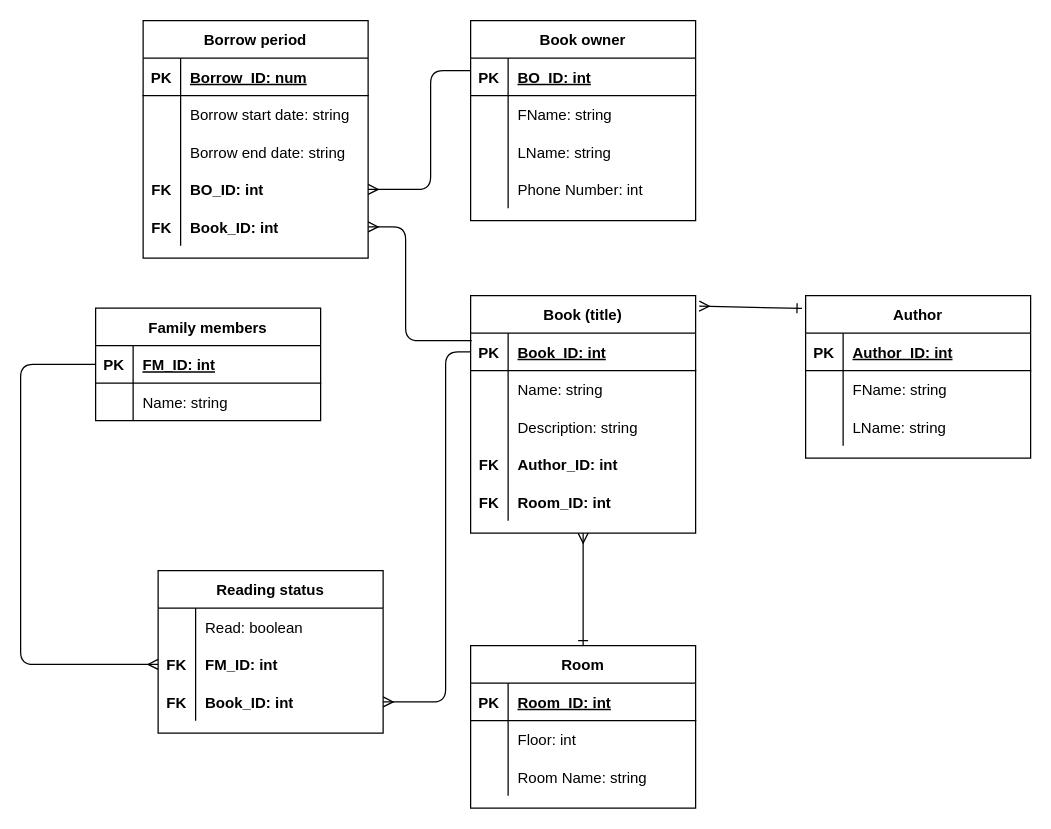
The draw.io diagram page "Step 4 - Norm." (4 of 4) of ex. 1-3/exercise1.drawio in KateKatze/07.03_SQL, before the edit. Source tidied: cells renumbered, new cells numbered last; positions are measured from the earlier drawing's top-left corner, leaving out a move shared by most shapes. Both pictures are drawn from the tidied source at 125%, with x=0, y=0 at pixel (20, 20).
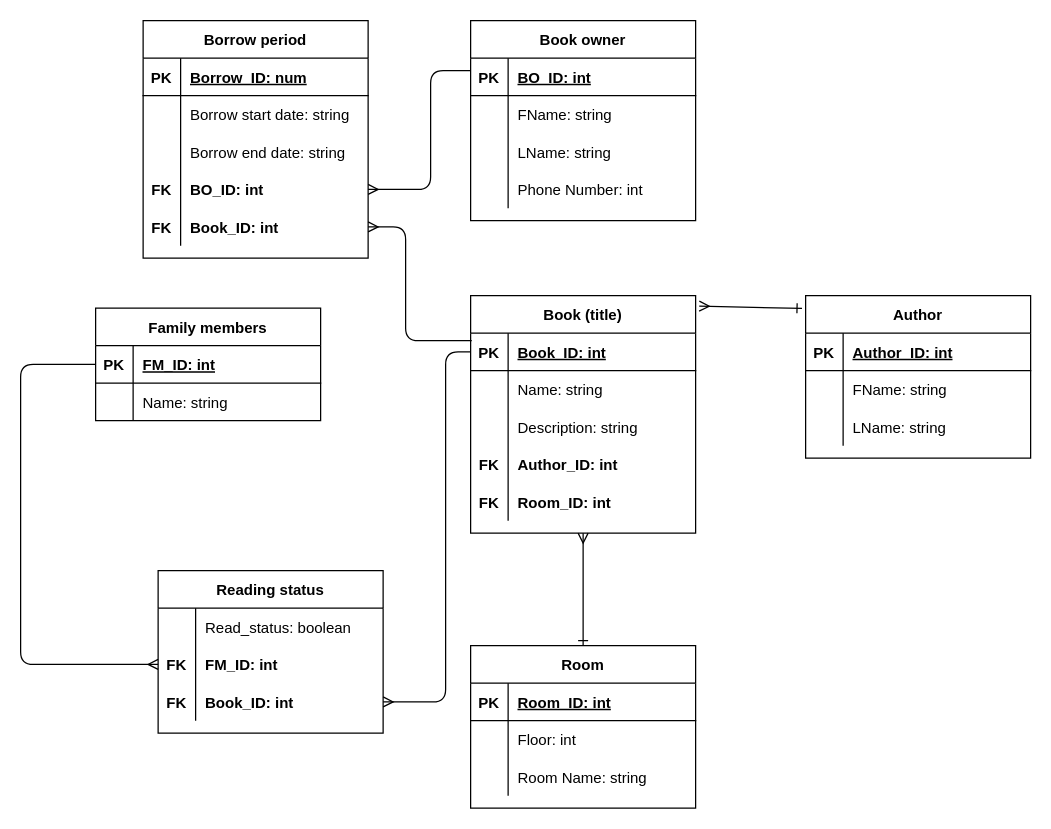
The same page after the edit.

Commit message (it also covers changes not shown here):
read status added

The change refers to these unchanged cells:
```xml
<mxCell id="36" style="shape=partialRectangle;fillColor=none;top=0;left=0;bottom=0;right=0;" parent="35" vertex="1">
  <mxGeometry y="30" width="180" height="30" as="geometry" />
</mxCell>
```

Change to the diagram source:
```diff
@@
-    <mxCell id="38" value="Read: boolean" style="shape=partialRectangle;fillColor=none;top=0;left=0;bottom=0;right=0;align=left;spacingLeft=6;overflow=hidden;" parent="36" vertex="1">
+    <mxCell id="38" value="Read_status: boolean" style="shape=partialRectangle;fillColor=none;top=0;left=0;bottom=0;right=0;align=left;spacingLeft=6;overflow=hidden;" parent="36" vertex="1">
       <mxGeometry x="30" width="150" height="30" as="geometry" />
     </mxCell>
```
